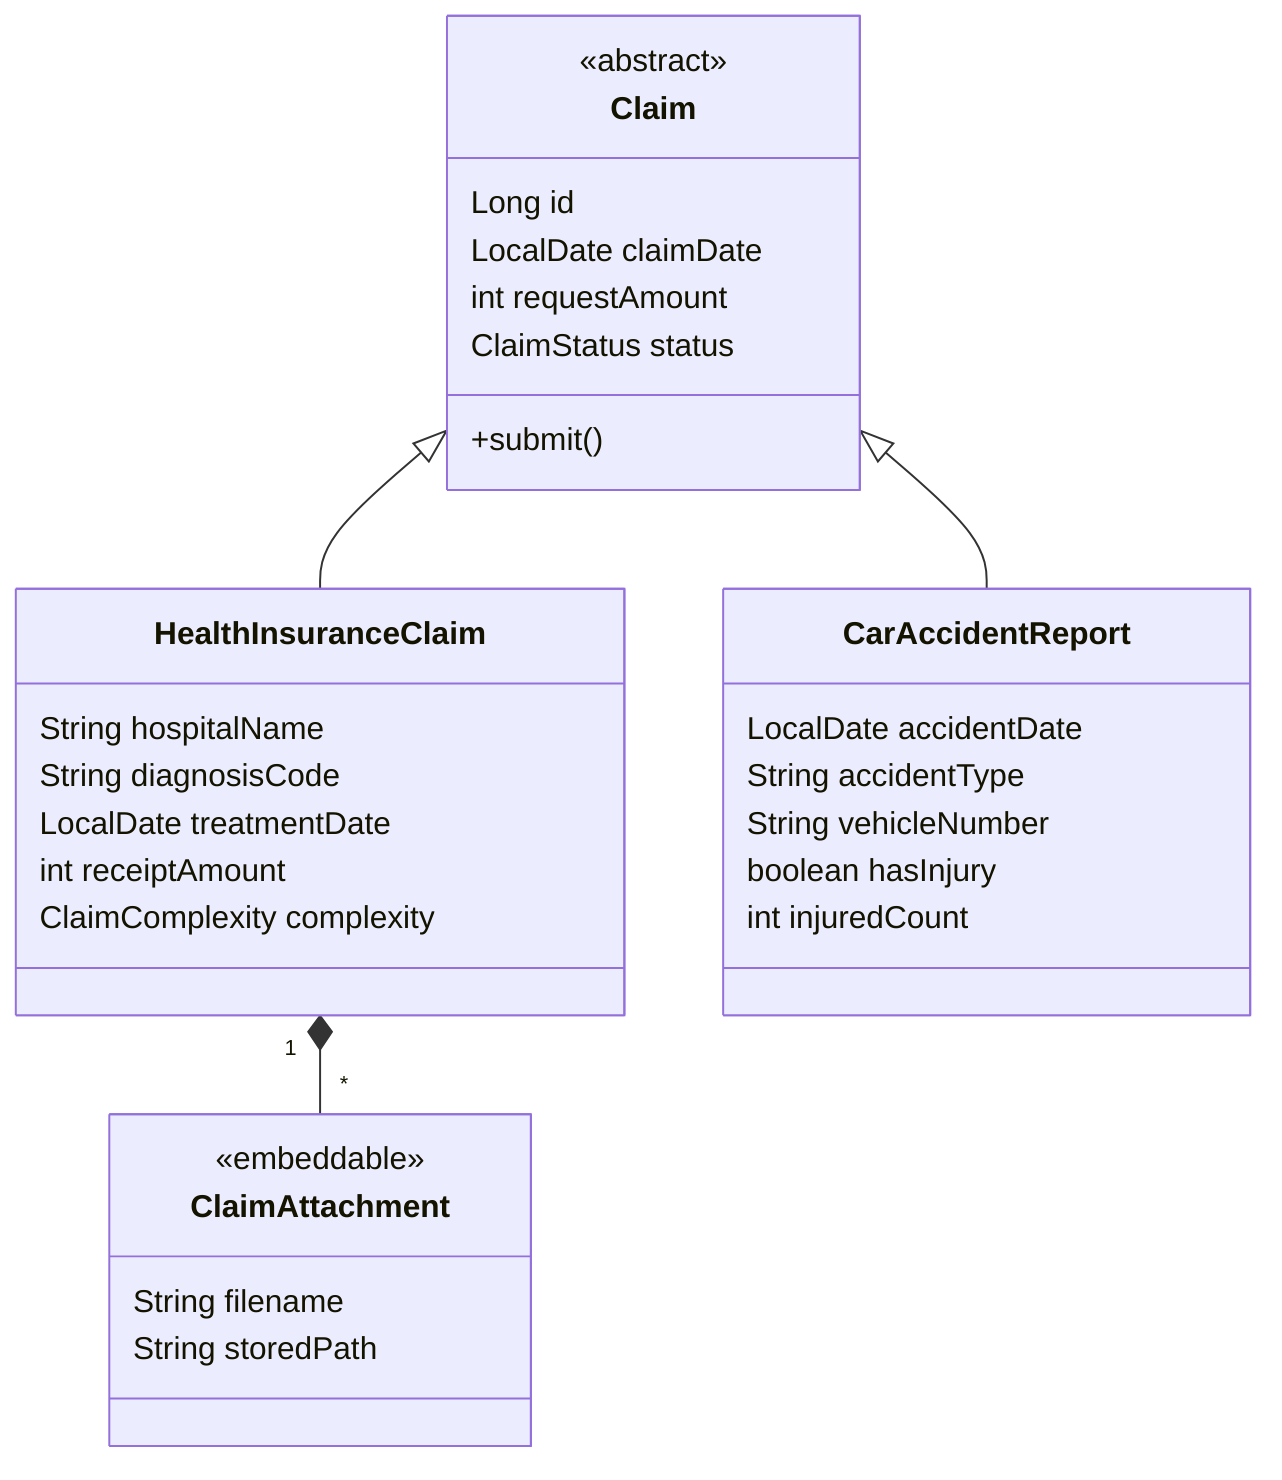
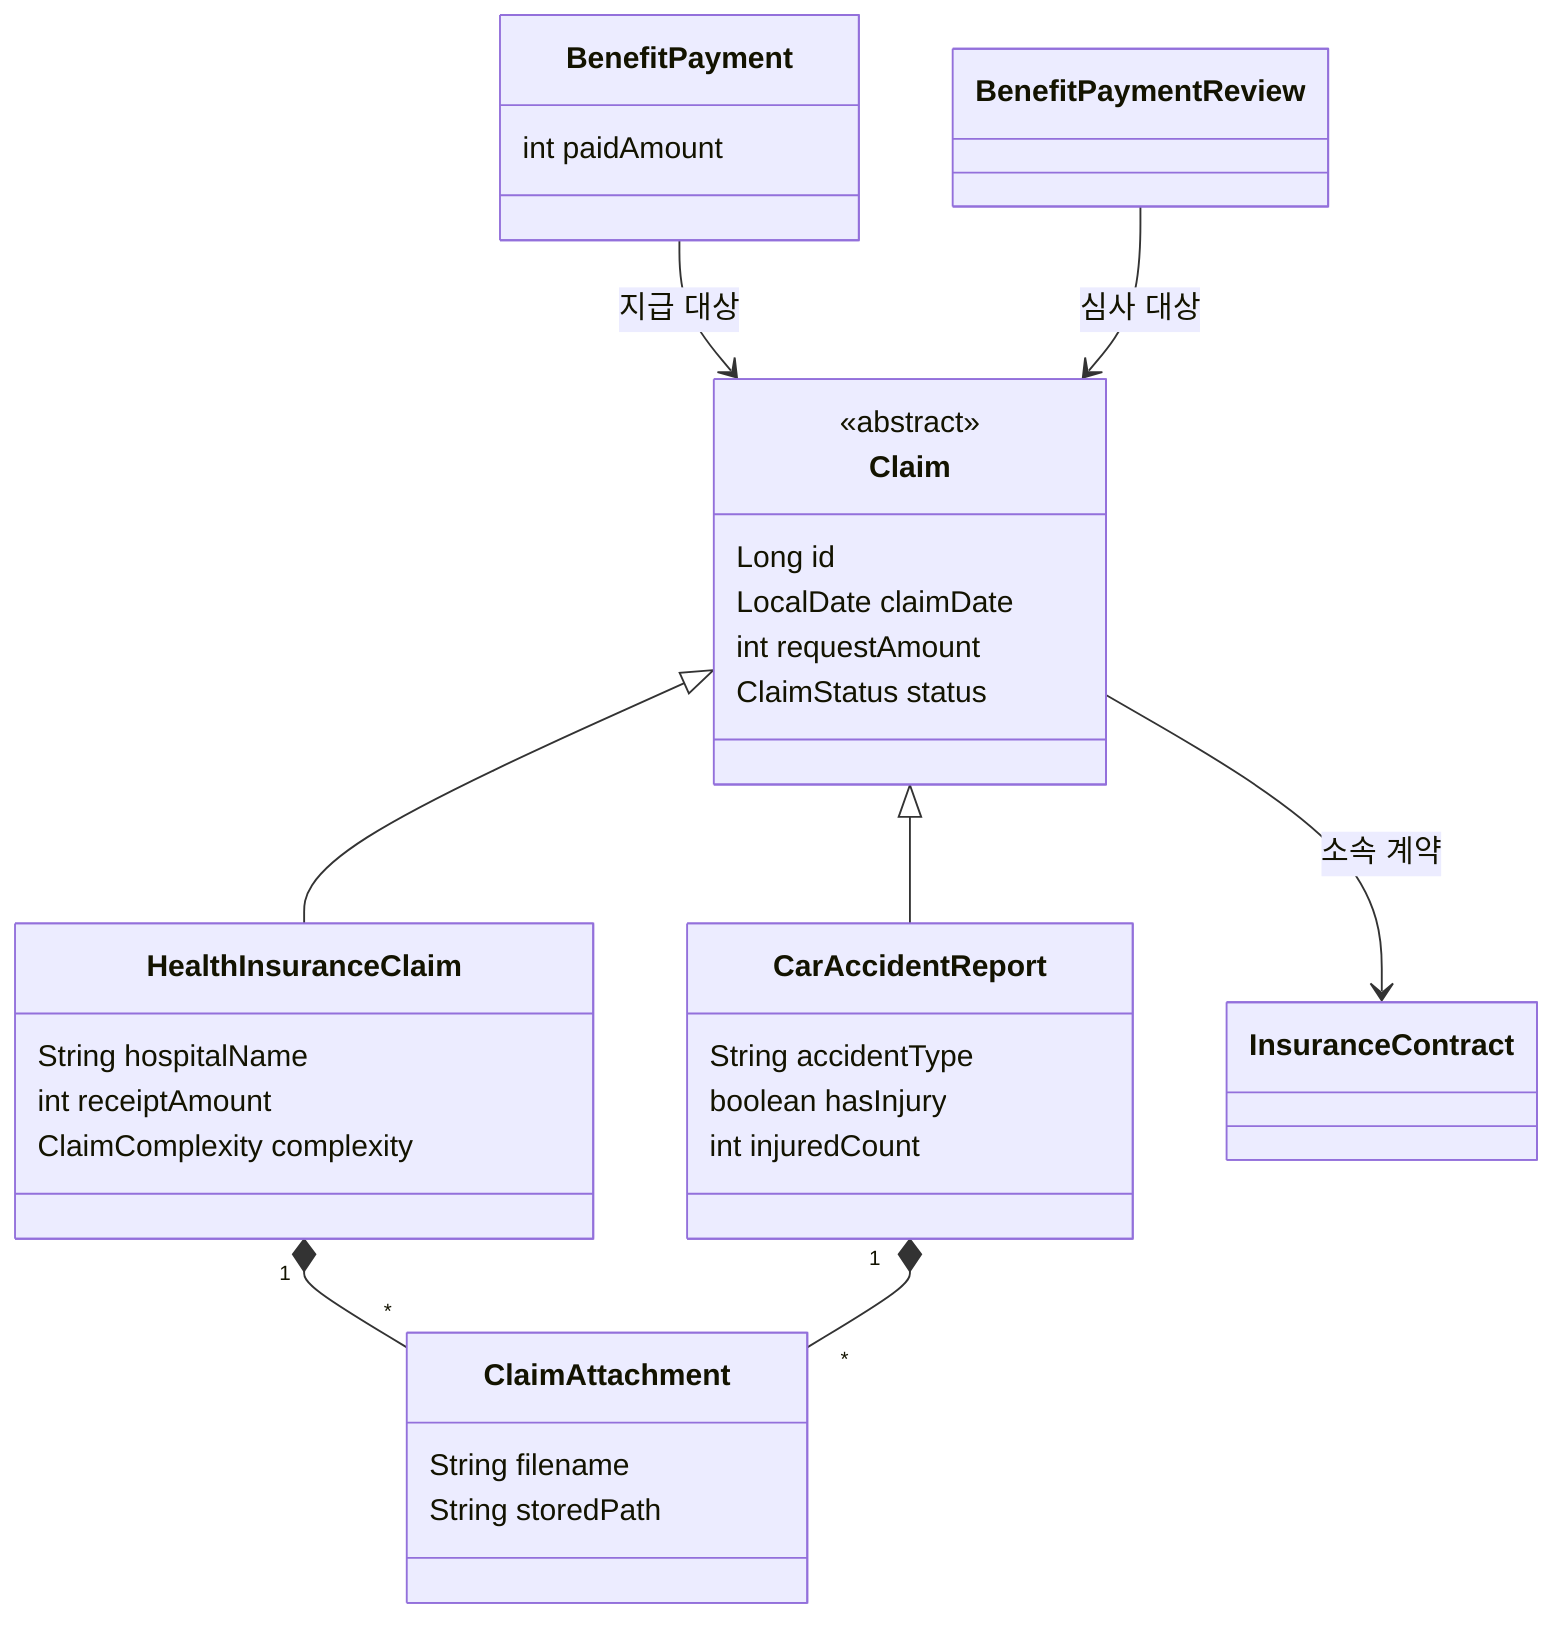
classDiagram
direction TB
class Claim {
  <<abstract>>
  Long id
  LocalDate claimDate
  int requestAmount
  ClaimStatus status
-   +submit()
}
class HealthInsuranceClaim {
  String hospitalName
-   String diagnosisCode
-   LocalDate treatmentDate
  int receiptAmount
  ClaimComplexity complexity
}
class CarAccidentReport {
-   LocalDate accidentDate
  String accidentType
-   String vehicleNumber
  boolean hasInjury
  int injuredCount
}
class ClaimAttachment {
-   <<embeddable>>
  String filename
  String storedPath
}
+ class InsuranceContract
+ class BenefitPayment {
+   int paidAmount
+ }
+ class BenefitPaymentReview
Claim <|-- HealthInsuranceClaim
Claim <|-- CarAccidentReport
+ Claim --> InsuranceContract : 소속 계약
HealthInsuranceClaim "1" *-- "*" ClaimAttachment
+ CarAccidentReport "1" *-- "*" ClaimAttachment
+ BenefitPayment --> Claim : 지급 대상
+ BenefitPaymentReview --> Claim : 심사 대상
